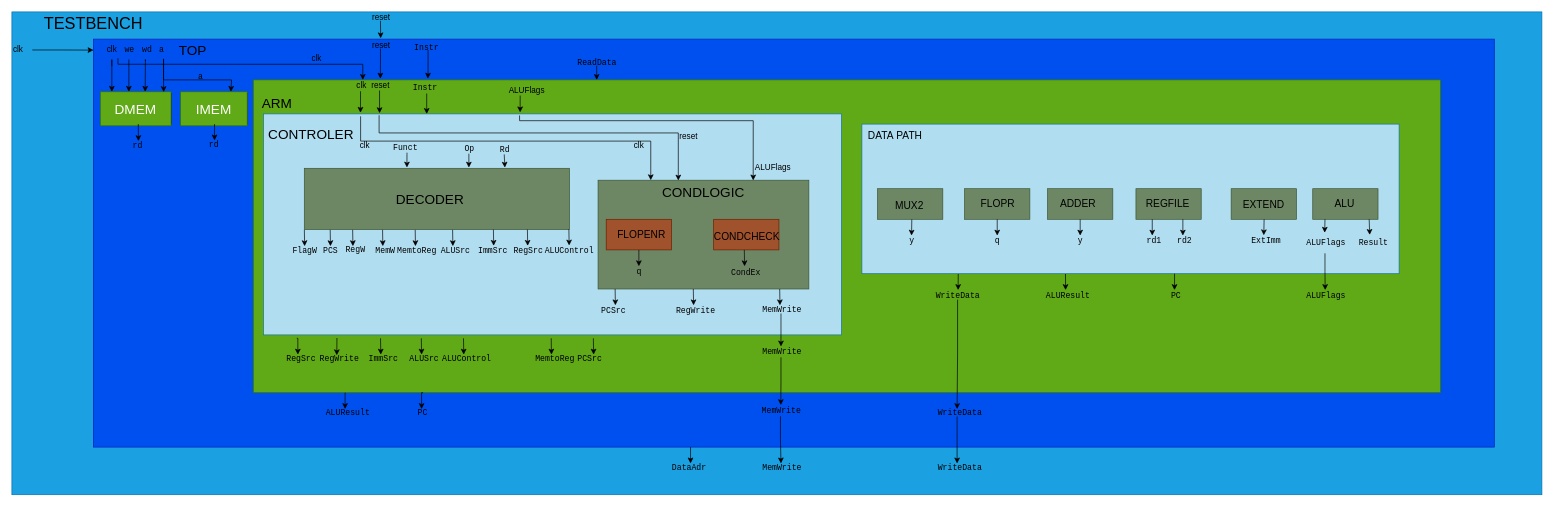
The draw.io diagram ACSE.drawio in Lucas2408/ACSE, before the edit. Source tidied: cells renumbered, new cells numbered last; positions are measured from the earlier drawing's top-left corner, leaving out a move shared by most shapes. Both pictures are drawn from the tidied source at 68%, with x=0, y=0 at pixel (12, 12).
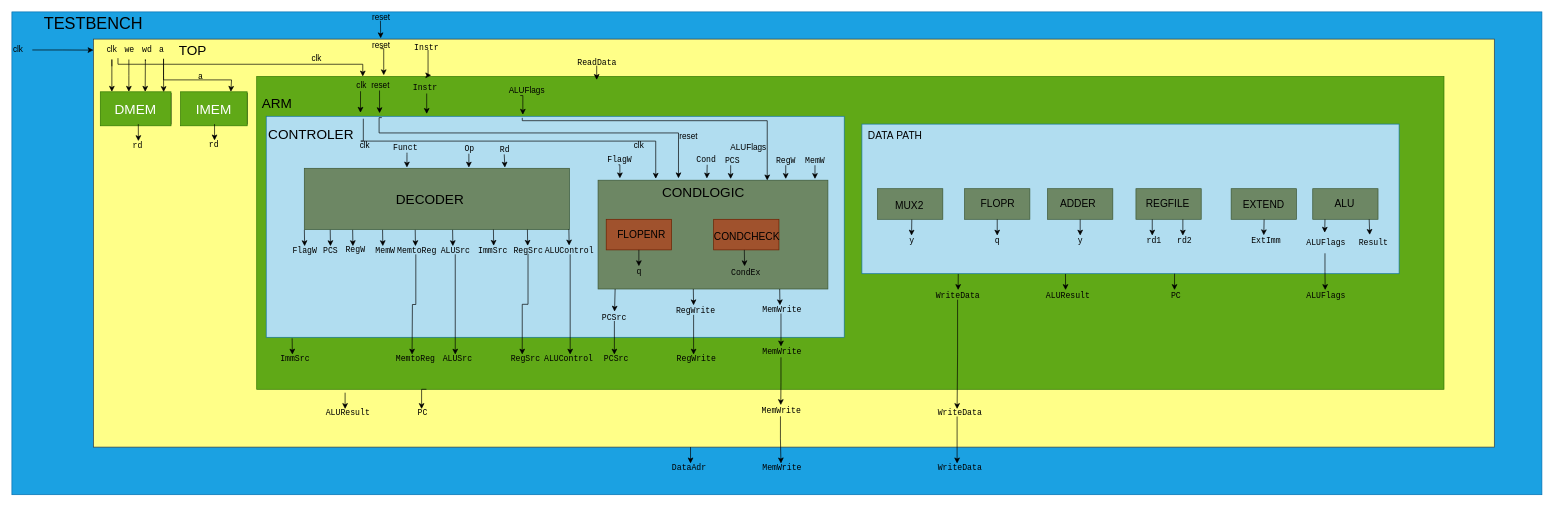
The same page after the edit.

The change refers to these unchanged cells:
```xml
<mxCell id="82" value="&lt;code&gt;MemtoReg&lt;/code&gt;" style="text;html=1;align=left;verticalAlign=middle;whiteSpace=wrap;rounded=0;" parent="1" vertex="1">
  <mxGeometry x="565" y="345.5" width="58" height="11" as="geometry" />
</mxCell>
<mxCell id="83" value="&lt;code&gt;ALUSrc&lt;/code&gt;" style="text;html=1;align=left;verticalAlign=middle;whiteSpace=wrap;rounded=0;" parent="1" vertex="1">
  <mxGeometry x="629" y="345.5" width="46" height="11" as="geometry" />
</mxCell>
<mxCell id="87" value="&lt;code&gt;RegSrc&lt;/code&gt;" style="text;html=1;align=left;verticalAlign=middle;whiteSpace=wrap;rounded=0;" parent="1" vertex="1">
  <mxGeometry x="736" y="345" width="46" height="11" as="geometry" />
</mxCell>
<mxCell id="140" value="CONDLOGIC" style="text;html=1;align=center;verticalAlign=middle;whiteSpace=wrap;rounded=0;fontSize=20;" parent="1" vertex="1">
  <mxGeometry x="968" y="247" width="98" height="35" as="geometry" />
</mxCell>
```

What changed in the source:
```diff
@@
-    <mxCell id="3" style="rounded=0;whiteSpace=wrap;html=1;fillColor=#0050ef;fontColor=#ffffff;strokeColor=#001DBC;" parent="1" vertex="1">
+    <mxCell id="3" style="rounded=0;whiteSpace=wrap;html=1;fillColor=#ffff88;strokeColor=#36393d;" parent="1" vertex="1">
       <mxGeometry x="120" y="40" width="2060" height="600" as="geometry" />
     </mxCell>
@@
     <mxCell id="8" style="rounded=0;whiteSpace=wrap;html=1;fillColor=#60a917;fontColor=#ffffff;strokeColor=#2D7600;" parent="1" vertex="1">
-      <mxGeometry x="355" y="100" width="1746" height="460" as="geometry" />
+      <mxGeometry x="360" y="95" width="1746" height="460" as="geometry" />
     </mxCell>
@@
     <mxCell id="17" style="rounded=0;whiteSpace=wrap;html=1;fillColor=#b1ddf0;strokeColor=#10739e;" parent="1" vertex="1">
-      <mxGeometry x="370" y="150" width="850" height="325" as="geometry" />
+      <mxGeometry x="374" y="153.5" width="850" height="325" as="geometry" />
     </mxCell>
@@
     <mxCell id="21" style="rounded=0;whiteSpace=wrap;html=1;fillColor=#6d8764;fontColor=#ffffff;strokeColor=#3A5431;" parent="1" vertex="1">
-      <mxGeometry x="862" y="247.5" width="310" height="160" as="geometry" />
+      <mxGeometry x="862" y="247.5" width="338" height="160" as="geometry" />
     </mxCell>
@@
     <mxCell id="62" value="&lt;code&gt;RegSrc&lt;/code&gt;" style="text;html=1;align=left;verticalAlign=middle;whiteSpace=wrap;rounded=0;" parent="1" vertex="1">
-      <mxGeometry x="402" y="504" width="37" height="11" as="geometry" />
+      <mxGeometry x="732" y="504" width="37" height="11" as="geometry" />
     </mxCell>
-    <mxCell id="63" style="edgeStyle=orthogonalEdgeStyle;rounded=0;jettySize=auto;html=1;entryX=0.5;entryY=0;entryDx=0;entryDy=0;" parent="1" edge="1" target="62">
-      <mxGeometry relative="1" as="geometry">
-        <mxPoint x="419" y="480" as="sourcePoint" />
-      </mxGeometry>
+    <mxCell id="63" style="edgeStyle=orthogonalEdgeStyle;rounded=0;jettySize=auto;html=1;entryX=0.5;entryY=0;entryDx=0;entryDy=0;exitX=0.5;exitY=1;exitDx=0;exitDy=0;" parent="1" edge="1" source="87" target="62">
+      <mxGeometry relative="1" as="geometry" />
     </mxCell>
     <mxCell id="64" value="&lt;code&gt;RegWrite&lt;/code&gt;" style="text;html=1;align=left;verticalAlign=middle;whiteSpace=wrap;rounded=0;" parent="1" vertex="1">
-      <mxGeometry x="451" y="504" width="53" height="11" as="geometry" />
+      <mxGeometry x="976" y="504" width="53" height="11" as="geometry" />
     </mxCell>
-    <mxCell id="65" style="edgeStyle=orthogonalEdgeStyle;rounded=0;jettySize=auto;html=1;entryX=0.505;entryY=0.081;entryDx=0;entryDy=0;exitX=0.301;exitY=0.998;exitDx=0;exitDy=0;exitPerimeter=0;entryPerimeter=0;" parent="1" edge="1" target="64">
-      <mxGeometry relative="1" as="geometry">
-        <mxPoint x="478" y="479.6" as="sourcePoint" />
-      </mxGeometry>
-    </mxCell>
     <mxCell id="66" style="edgeStyle=orthogonalEdgeStyle;rounded=0;orthogonalLoop=1;jettySize=auto;html=1;exitX=0.486;exitY=1;exitDx=0;exitDy=0;exitPerimeter=0;" parent="1" edge="1">
       <mxGeometry relative="1" as="geometry">
-        <mxPoint x="542.1" y="480" as="sourcePoint" />
-        <mxPoint x="542.5" y="504" as="targetPoint" />
+        <mxPoint x="412.1" y="480" as="sourcePoint" />
+        <mxPoint x="412.5" y="504" as="targetPoint" />
       </mxGeometry>
     </mxCell>
     <mxCell id="67" value="&lt;code&gt;ImmSrc&lt;/code&gt;" style="text;html=1;align=left;verticalAlign=middle;whiteSpace=wrap;rounded=0;" parent="1" vertex="1">
-      <mxGeometry x="523" y="504" width="40" height="11" as="geometry" />
+      <mxGeometry x="393" y="504" width="40" height="11" as="geometry" />
     </mxCell>
-    <mxCell id="68" style="edgeStyle=orthogonalEdgeStyle;rounded=0;orthogonalLoop=1;jettySize=auto;html=1;exitX=0.486;exitY=1;exitDx=0;exitDy=0;exitPerimeter=0;" parent="1" edge="1">
-      <mxGeometry relative="1" as="geometry">
-        <mxPoint x="602.1" y="480" as="sourcePoint" />
-        <mxPoint x="602.5" y="504" as="targetPoint" />
-      </mxGeometry>
+    <mxCell id="68" style="edgeStyle=orthogonalEdgeStyle;rounded=0;jettySize=auto;html=1;exitX=0.5;exitY=1;exitDx=0;exitDy=0;entryX=0.5;entryY=0;entryDx=0;entryDy=0;" parent="1" edge="1" source="83" target="69">
+      <mxGeometry relative="1" as="geometry" />
     </mxCell>
     <mxCell id="69" value="&lt;code&gt;ALUSrc&lt;/code&gt;" style="text;html=1;align=left;verticalAlign=middle;whiteSpace=wrap;rounded=0;" parent="1" vertex="1">
-      <mxGeometry x="583" y="504" width="40" height="11" as="geometry" />
+      <mxGeometry x="632" y="504" width="40" height="11" as="geometry" />
     </mxCell>
     <mxCell id="70" value="&lt;code&gt;ALUControl&lt;/code&gt;" style="text;html=1;align=left;verticalAlign=middle;whiteSpace=wrap;rounded=0;" parent="1" vertex="1">
-      <mxGeometry x="631" y="504" width="70" height="11" as="geometry" />
+      <mxGeometry x="781" y="504" width="70" height="11" as="geometry" />
     </mxCell>
-    <mxCell id="71" style="edgeStyle=orthogonalEdgeStyle;rounded=0;orthogonalLoop=1;jettySize=auto;html=1;exitX=0.486;exitY=1;exitDx=0;exitDy=0;exitPerimeter=0;" parent="1" edge="1">
-      <mxGeometry relative="1" as="geometry">
-        <mxPoint x="664.1" y="480" as="sourcePoint" />
-        <mxPoint x="664.5" y="504" as="targetPoint" />
-      </mxGeometry>
-    </mxCell>
@@
     <mxCell id="73" value="&lt;code&gt;MemtoReg&lt;/code&gt;" style="text;html=1;align=left;verticalAlign=middle;whiteSpace=wrap;rounded=0;" parent="1" vertex="1">
-      <mxGeometry x="768" y="504" width="58" height="11" as="geometry" />
+      <mxGeometry x="563" y="504" width="58" height="11" as="geometry" />
     </mxCell>
-    <mxCell id="74" style="edgeStyle=orthogonalEdgeStyle;rounded=0;orthogonalLoop=1;jettySize=auto;html=1;exitX=0.486;exitY=1;exitDx=0;exitDy=0;exitPerimeter=0;" parent="1" edge="1">
+    <mxCell id="74" style="edgeStyle=orthogonalEdgeStyle;rounded=0;jettySize=auto;html=1;exitX=0.5;exitY=1;exitDx=0;exitDy=0;" parent="1" edge="1" source="82">
       <mxGeometry relative="1" as="geometry">
-        <mxPoint x="793.1" y="480" as="sourcePoint" />
-        <mxPoint x="793.5" y="504" as="targetPoint" />
+        <mxPoint x="588.5" y="504" as="targetPoint" />
       </mxGeometry>
     </mxCell>
     <mxCell id="75" value="&lt;code&gt;PCSrc&lt;/code&gt;" style="text;html=1;align=left;verticalAlign=middle;whiteSpace=wrap;rounded=0;" parent="1" vertex="1">
-      <mxGeometry x="830" y="504" width="58" height="11" as="geometry" />
+      <mxGeometry x="869" y="504" width="34" height="11" as="geometry" />
     </mxCell>
-    <mxCell id="76" style="edgeStyle=orthogonalEdgeStyle;rounded=0;orthogonalLoop=1;jettySize=auto;html=1;exitX=0.486;exitY=1;exitDx=0;exitDy=0;exitPerimeter=0;" parent="1" edge="1">
-      <mxGeometry relative="1" as="geometry">
-        <mxPoint x="855.1" y="480" as="sourcePoint" />
-        <mxPoint x="855.5" y="504" as="targetPoint" />
-      </mxGeometry>
-    </mxCell>
@@
+    <mxCell id="165" style="edgeStyle=orthogonalEdgeStyle;rounded=0;orthogonalLoop=1;jettySize=auto;html=1;exitX=0.5;exitY=1;exitDx=0;exitDy=0;entryX=0.5;entryY=0;entryDx=0;entryDy=0;" parent="1" edge="1">
+      <mxGeometry relative="1" as="geometry">
+        <mxPoint x="821" y="356.5" as="sourcePoint" />
+        <mxPoint x="821" y="504" as="targetPoint" />
+      </mxGeometry>
+    </mxCell>
     <mxCell id="94" value="&lt;code&gt;ALUControl&lt;/code&gt;" style="text;html=1;align=left;verticalAlign=middle;whiteSpace=wrap;rounded=0;" parent="1" vertex="1">
-      <mxGeometry x="782" y="345.5" width="46" height="11" as="geometry" />
+      <mxGeometry x="782" y="345.5" width="68" height="11" as="geometry" />
     </mxCell>
+    <mxCell id="166" style="edgeStyle=orthogonalEdgeStyle;rounded=0;jettySize=auto;html=1;" parent="1" edge="1" source="95" target="75">
+      <mxGeometry relative="1" as="geometry" />
+    </mxCell>
     <mxCell id="95" value="&lt;code&gt;PCSrc&lt;/code&gt;" style="text;html=1;align=left;verticalAlign=middle;whiteSpace=wrap;rounded=0;" parent="1" vertex="1">
-      <mxGeometry x="865" y="434.5" width="40" height="11" as="geometry" />
+      <mxGeometry x="866" y="443.5" width="40" height="11" as="geometry" />
     </mxCell>
-    <mxCell id="96" style="edgeStyle=orthogonalEdgeStyle;rounded=0;orthogonalLoop=1;jettySize=auto;html=1;exitX=0.486;exitY=1;exitDx=0;exitDy=0;exitPerimeter=0;" parent="1" edge="1">
+    <mxCell id="96" style="edgeStyle=orthogonalEdgeStyle;rounded=0;jettySize=auto;html=1;exitX=0.486;exitY=1;exitDx=0;exitDy=0;exitPerimeter=0;entryX=0.506;entryY=-0.249;entryDx=0;entryDy=0;entryPerimeter=0;" parent="1" edge="1" target="95">
       <mxGeometry relative="1" as="geometry">
         <mxPoint x="887.1" y="407.5" as="sourcePoint" />
-        <mxPoint x="887.5" y="431.5" as="targetPoint" />
       </mxGeometry>
     </mxCell>
@@
+    <mxCell id="167" style="edgeStyle=orthogonalEdgeStyle;rounded=0;jettySize=auto;html=1;" parent="1" edge="1" source="98" target="64">
+      <mxGeometry relative="1" as="geometry" />
+    </mxCell>
     <mxCell id="98" value="&lt;code&gt;RegWrite&lt;/code&gt;" style="text;html=1;align=left;verticalAlign=middle;whiteSpace=wrap;rounded=0;" parent="1" vertex="1">
-      <mxGeometry x="975" y="434.5" width="40" height="11" as="geometry" />
+      <mxGeometry x="975" y="434.5" width="55" height="11" as="geometry" />
     </mxCell>
@@
-    <mxCell id="154" style="edgeStyle=orthogonalEdgeStyle;rounded=0;jettySize=auto;html=1;exitX=0.168;exitY=0.011;exitDx=0;exitDy=0;entryX=0.25;entryY=0;entryDx=0;entryDy=0;exitPerimeter=0;" parent="1" edge="1" source="17" target="21">
+    <mxCell id="154" style="edgeStyle=orthogonalEdgeStyle;rounded=0;jettySize=auto;html=1;exitX=0.168;exitY=0.011;exitDx=0;exitDy=0;entryX=0.251;entryY=-0.013;entryDx=0;entryDy=0;exitPerimeter=0;entryPerimeter=0;" parent="1" edge="1" source="17" target="21">
       <mxGeometry relative="1" as="geometry">
         <Array as="points">
           <mxPoint x="513" y="190" />
-          <mxPoint x="939" y="190" />
+          <mxPoint x="940" y="190" />
         </Array>
       </mxGeometry>
     </mxCell>
@@
-    <mxCell id="159" style="edgeStyle=orthogonalEdgeStyle;rounded=0;jettySize=auto;html=1;exitX=0.2;exitY=0.006;exitDx=0;exitDy=0;exitPerimeter=0;" parent="1" edge="1" source="17">
+    <mxCell id="159" style="edgeStyle=orthogonalEdgeStyle;rounded=0;jettySize=auto;html=1;exitX=0.2;exitY=0.006;exitDx=0;exitDy=0;exitPerimeter=0;entryX=0.125;entryY=-0.065;entryDx=0;entryDy=0;entryPerimeter=0;" parent="1" edge="1" source="17" target="140">
       <mxGeometry relative="1" as="geometry">
-        <mxPoint x="980" y="248" as="targetPoint" />
         <Array as="points">
           <mxPoint x="540" y="178" />
           <mxPoint x="980" y="178" />
         </Array>
       </mxGeometry>
     </mxCell>
     <mxCell id="160" style="edgeStyle=orthogonalEdgeStyle;rounded=0;jettySize=auto;html=1;exitX=0.443;exitY=0.007;exitDx=0;exitDy=0;exitPerimeter=0;entryX=0.736;entryY=0.002;entryDx=0;entryDy=0;entryPerimeter=0;" parent="1" edge="1" source="17" target="21">
       <mxGeometry relative="1" as="geometry">
         <Array as="points">
-          <mxPoint x="747" y="160" />
-          <mxPoint x="1090" y="160" />
+          <mxPoint x="751" y="160" />
+          <mxPoint x="1111" y="160" />
         </Array>
       </mxGeometry>
     </mxCell>
     <mxCell id="161" value="ALUFlags" style="text;html=1;align=left;verticalAlign=middle;whiteSpace=wrap;rounded=0;" parent="1" vertex="1">
-      <mxGeometry x="1091" y="220" width="37" height="18.4" as="geometry" />
+      <mxGeometry x="1055" y="190" width="37" height="18.4" as="geometry" />
     </mxCell>
@@
+    <mxCell id="168" value="&lt;font face=&quot;monospace&quot;&gt;FlagW&lt;/font&gt;" style="text;html=1;align=left;verticalAlign=middle;whiteSpace=wrap;rounded=0;" parent="1" vertex="1">
+      <mxGeometry x="874" y="208.8" width="36" height="16" as="geometry" />
+    </mxCell>
+    <mxCell id="169" style="edgeStyle=orthogonalEdgeStyle;rounded=0;jettySize=auto;html=1;exitX=0.5;exitY=1;exitDx=0;exitDy=0;entryX=0.095;entryY=-0.017;entryDx=0;entryDy=0;entryPerimeter=0;" parent="1" edge="1" source="168" target="21">
+      <mxGeometry relative="1" as="geometry" />
+    </mxCell>
+    <mxCell id="170" value="&lt;font face=&quot;monospace&quot;&gt;Cond&lt;/font&gt;" style="text;html=1;align=left;verticalAlign=middle;whiteSpace=wrap;rounded=0;" parent="1" vertex="1">
+      <mxGeometry x="1005" y="208.8" width="35" height="16" as="geometry" />
+    </mxCell>
+    <mxCell id="171" style="edgeStyle=orthogonalEdgeStyle;rounded=0;jettySize=auto;html=1;exitX=0.5;exitY=1;exitDx=0;exitDy=0;entryX=0.095;entryY=-0.017;entryDx=0;entryDy=0;entryPerimeter=0;" parent="1" edge="1" source="170">
+      <mxGeometry relative="1" as="geometry">
+        <mxPoint x="1022" y="245" as="targetPoint" />
+      </mxGeometry>
+    </mxCell>
+    <mxCell id="172" value="&lt;code&gt;PCS&lt;/code&gt;" style="text;html=1;align=left;verticalAlign=middle;whiteSpace=wrap;rounded=0;" parent="1" vertex="1">
+      <mxGeometry x="1047" y="209.5" width="20" height="16" as="geometry" />
+    </mxCell>
+    <mxCell id="173" style="edgeStyle=orthogonalEdgeStyle;rounded=0;jettySize=auto;html=1;exitX=0.5;exitY=1;exitDx=0;exitDy=0;entryX=0.095;entryY=-0.017;entryDx=0;entryDy=0;entryPerimeter=0;" parent="1" edge="1" source="172">
+      <mxGeometry relative="1" as="geometry">
+        <mxPoint x="1057" y="245.7" as="targetPoint" />
+      </mxGeometry>
+    </mxCell>
+    <mxCell id="174" style="edgeStyle=orthogonalEdgeStyle;rounded=0;jettySize=auto;html=1;exitX=0.5;exitY=1;exitDx=0;exitDy=0;entryX=0.095;entryY=-0.017;entryDx=0;entryDy=0;entryPerimeter=0;" parent="1" edge="1" source="175">
+      <mxGeometry relative="1" as="geometry">
+        <mxPoint x="1138" y="245.7" as="targetPoint" />
+      </mxGeometry>
+    </mxCell>
+    <mxCell id="175" value="&lt;code&gt;RegW&lt;/code&gt;" style="text;html=1;align=left;verticalAlign=middle;whiteSpace=wrap;rounded=0;" parent="1" vertex="1">
+      <mxGeometry x="1122" y="209.5" width="32" height="16" as="geometry" />
+    </mxCell>
+    <mxCell id="176" value="&lt;code&gt;MemW&lt;/code&gt;" style="text;html=1;align=left;verticalAlign=middle;whiteSpace=wrap;rounded=0;" parent="1" vertex="1">
+      <mxGeometry x="1165" y="209.5" width="32" height="16" as="geometry" />
+    </mxCell>
+    <mxCell id="177" style="edgeStyle=orthogonalEdgeStyle;rounded=0;jettySize=auto;html=1;exitX=0.5;exitY=1;exitDx=0;exitDy=0;entryX=0.095;entryY=-0.017;entryDx=0;entryDy=0;entryPerimeter=0;" parent="1" edge="1" source="176">
+      <mxGeometry relative="1" as="geometry">
+        <mxPoint x="1181" y="245.7" as="targetPoint" />
+      </mxGeometry>
+    </mxCell>
```
